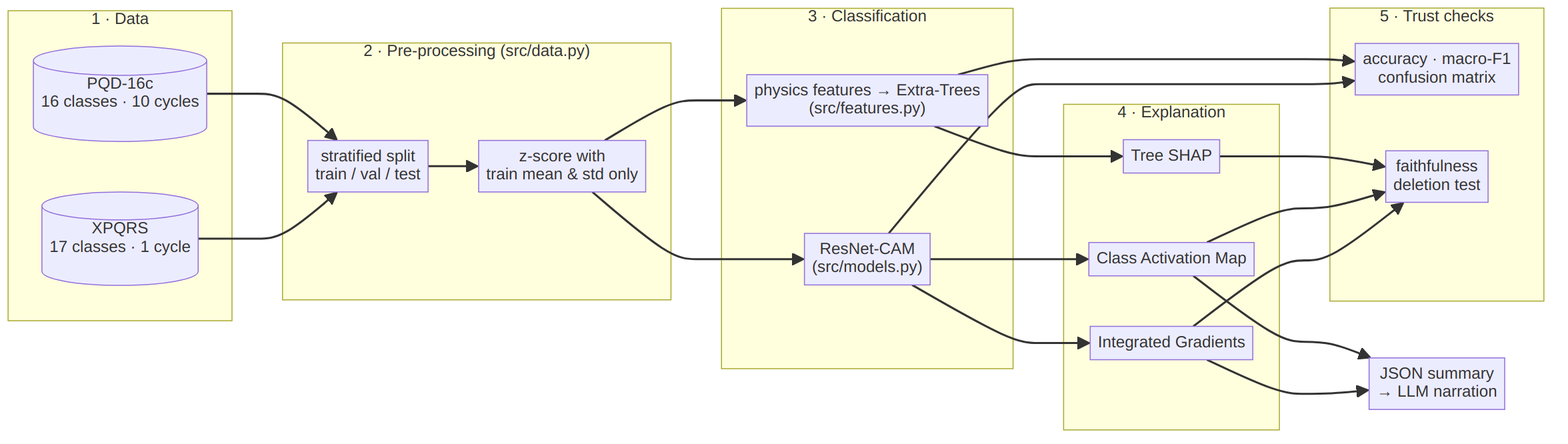
This is docs/diagrams/pipeline.png from Chethan616/xai, a Mermaid export, as it was before one commit. Its source is kept beside it as docs/diagrams/pipeline.mmd. Source of this version:
```mermaid
flowchart LR
    subgraph DATA["1 · Data"]
        A1[("XPQRS<br/>17 classes · 1 cycle")]
        A2[("PQD-16c<br/>16 classes · 10 cycles")]
    end
    subgraph PREP["2 · Pre-processing  (src/data.py)"]
        B1["stratified split<br/>train / val / test"]
        B2["z-score with<br/>train mean & std only"]
    end
    subgraph MODEL["3 · Classification"]
        C1["ResNet-CAM<br/>(src/models.py)"]
        C2["physics features → Extra-Trees<br/>(src/features.py)"]
    end
    subgraph XAI["4 · Explanation"]
        D1["Integrated Gradients"]
        D2["Class Activation Map"]
        D3["Tree SHAP"]
    end
    subgraph EVAL["5 · Trust checks"]
        E1["accuracy · macro-F1<br/>confusion matrix"]
        E2["faithfulness<br/>deletion test"]
    end
    F["JSON summary<br/>→ LLM narration"]

    A1 & A2 --> B1 --> B2 --> C1 & C2
    C1 --> D1 & D2
    C2 --> D3
    C1 & C2 --> E1
    D1 & D2 & D3 --> E2
    D1 & D2 --> F
```
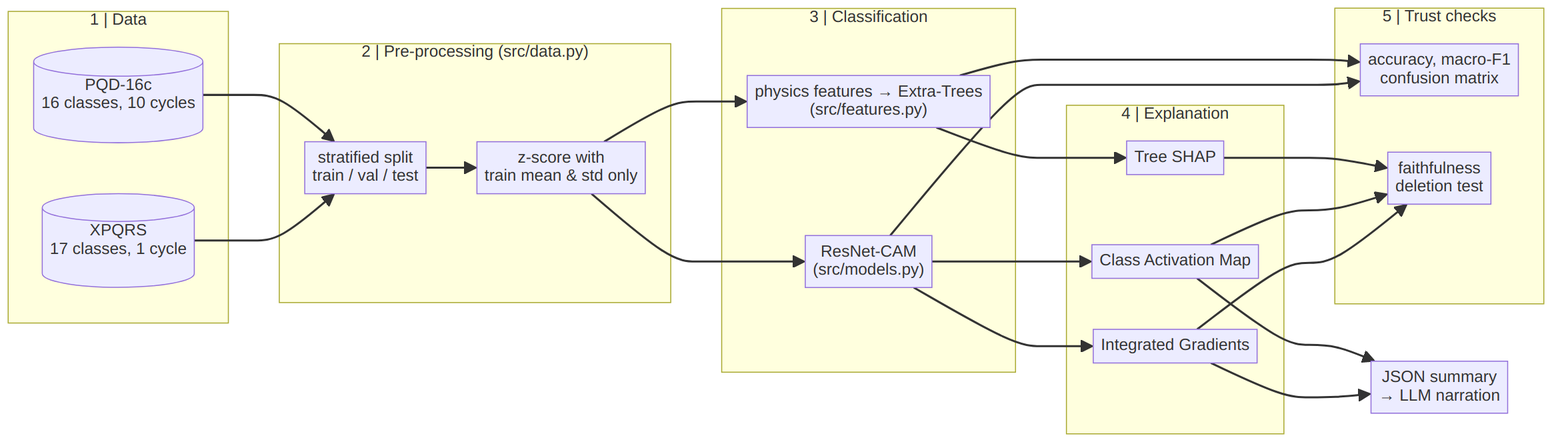
The same diagram one commit later.

Change to the diagram source:
```diff
@@ -1,23 +1,23 @@
 flowchart LR
-    subgraph DATA["1 · Data"]
-        A1[("XPQRS<br/>17 classes · 1 cycle")]
-        A2[("PQD-16c<br/>16 classes · 10 cycles")]
+    subgraph DATA["1 | Data"]
+        A1[("XPQRS<br/>17 classes, 1 cycle")]
+        A2[("PQD-16c<br/>16 classes, 10 cycles")]
     end
-    subgraph PREP["2 · Pre-processing  (src/data.py)"]
+    subgraph PREP["2 | Pre-processing  (src/data.py)"]
         B1["stratified split<br/>train / val / test"]
         B2["z-score with<br/>train mean & std only"]
     end
-    subgraph MODEL["3 · Classification"]
+    subgraph MODEL["3 | Classification"]
         C1["ResNet-CAM<br/>(src/models.py)"]
         C2["physics features → Extra-Trees<br/>(src/features.py)"]
     end
-    subgraph XAI["4 · Explanation"]
+    subgraph XAI["4 | Explanation"]
         D1["Integrated Gradients"]
         D2["Class Activation Map"]
         D3["Tree SHAP"]
     end
-    subgraph EVAL["5 · Trust checks"]
-        E1["accuracy · macro-F1<br/>confusion matrix"]
+    subgraph EVAL["5 | Trust checks"]
+        E1["accuracy, macro-F1<br/>confusion matrix"]
         E2["faithfulness<br/>deletion test"]
     end
     F["JSON summary<br/>→ LLM narration"]
```
